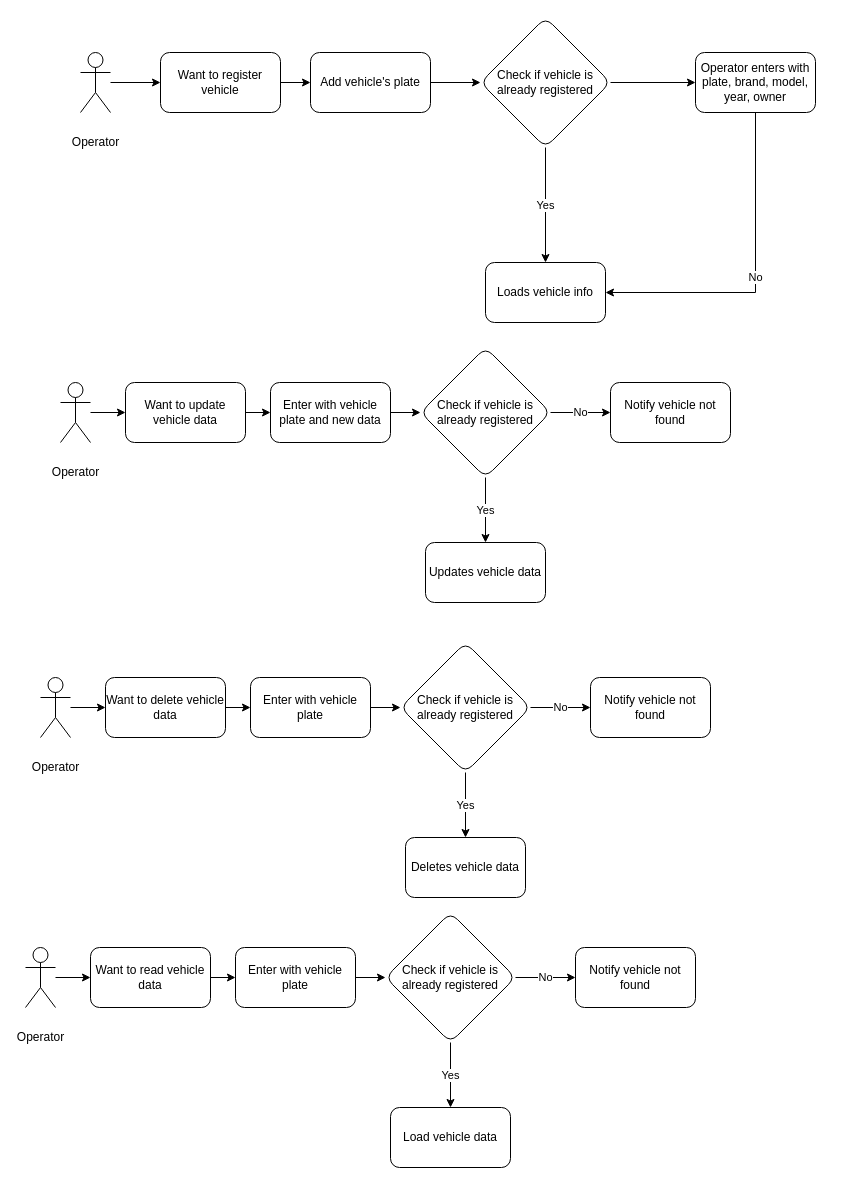
1ChristianAlex/motordesk keeps this draw.io diagram as page "Process" (1 of 3) of docs/storytelling/Vehicle registration.drawio. Above is the earlier version. Source tidied: cells renumbered, new cells numbered last; positions are measured from the earlier drawing's top-left corner, leaving out a move shared by most shapes. Both pictures are drawn from the tidied source at 100%, with x=0, y=0 at pixel (25, 17).
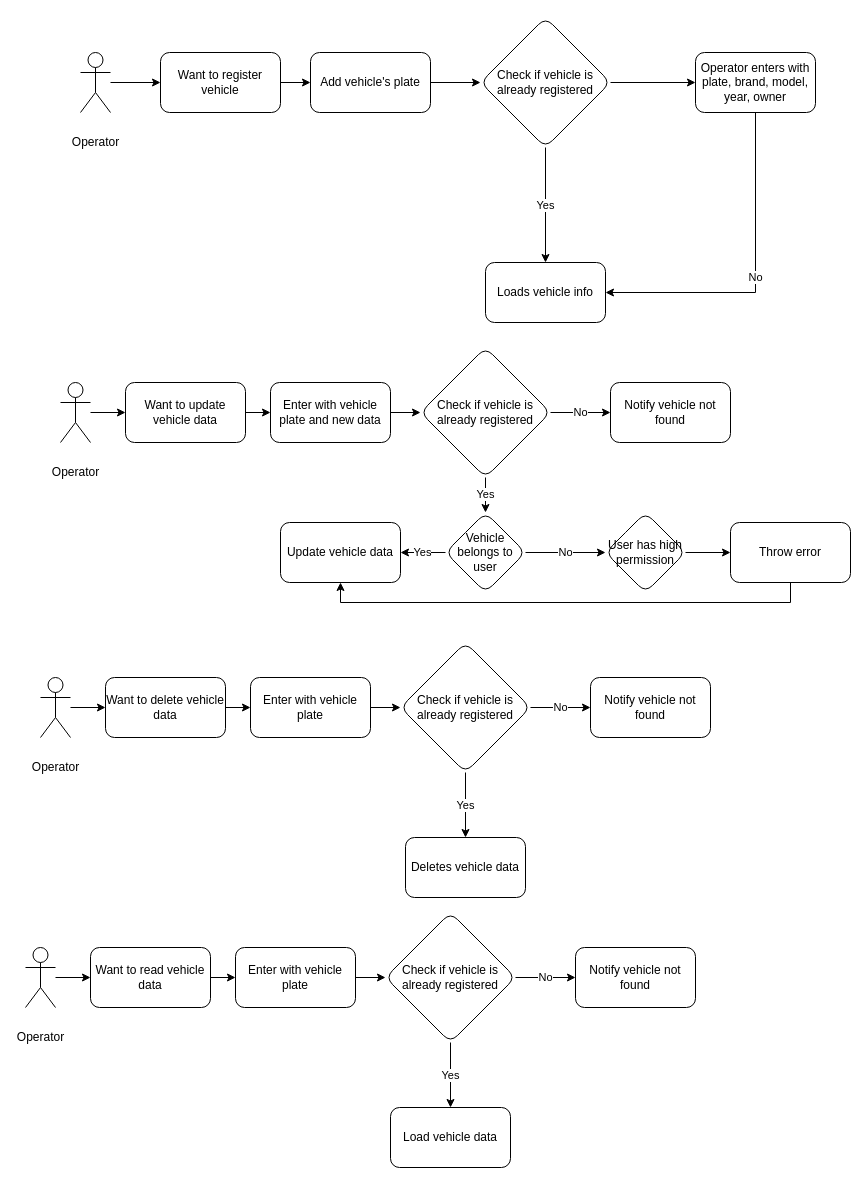
Above is the later version.

Unchanged cells that the change refers to:
```xml
<mxCell id="22" value="Check if vehicle is already registered" style="rhombus;whiteSpace=wrap;html=1;rounded=1;" parent="1" vertex="1">
  <mxGeometry x="395" y="330" width="130" height="130" as="geometry" />
</mxCell>
```

What changed in the source:
```diff
@@
-    <mxCell id="20" value="Yes" style="edgeStyle=orthogonalEdgeStyle;rounded=0;jettySize=auto;html=1;exitX=0.5;exitY=1;exitDx=0;exitDy=0;entryX=0.5;entryY=0;entryDx=0;entryDy=0;" parent="1" edge="1" source="22" target="23">
-      <mxGeometry relative="1" as="geometry" />
-    </mxCell>
@@
+    <mxCell id="47" value="Yes" style="edgeStyle=orthogonalEdgeStyle;rounded=0;jettySize=auto;html=1;" parent="1" edge="1" source="22" target="50">
+      <mxGeometry relative="1" as="geometry" />
+    </mxCell>
@@
-    <mxCell id="23" value="Updates vehicle data" style="whiteSpace=wrap;html=1;rounded=1;" parent="1" vertex="1">
-      <mxGeometry x="400" y="525" width="120" height="60" as="geometry" />
-    </mxCell>
@@
+    <mxCell id="48" value="Yes" style="edgeStyle=orthogonalEdgeStyle;rounded=0;jettySize=auto;html=1;" parent="1" edge="1" source="50" target="51">
+      <mxGeometry relative="1" as="geometry" />
+    </mxCell>
+    <mxCell id="49" value="No" style="edgeStyle=orthogonalEdgeStyle;rounded=0;jettySize=auto;html=1;" parent="1" edge="1" source="50" target="53">
+      <mxGeometry relative="1" as="geometry" />
+    </mxCell>
+    <mxCell id="50" value="Vehicle belongs to user" style="rhombus;whiteSpace=wrap;html=1;rounded=1;" parent="1" vertex="1">
+      <mxGeometry x="420" y="495" width="80" height="80" as="geometry" />
+    </mxCell>
+    <mxCell id="51" value="Update vehicle data" style="whiteSpace=wrap;html=1;rounded=1;" parent="1" vertex="1">
+      <mxGeometry x="255" y="505" width="120" height="60" as="geometry" />
+    </mxCell>
+    <mxCell id="52" style="edgeStyle=orthogonalEdgeStyle;rounded=0;jettySize=auto;html=1;" parent="1" edge="1" source="53" target="55">
+      <mxGeometry relative="1" as="geometry" />
+    </mxCell>
+    <mxCell id="53" value="User has high permission" style="rhombus;whiteSpace=wrap;html=1;rounded=1;" parent="1" vertex="1">
+      <mxGeometry x="580" y="495" width="80" height="80" as="geometry" />
+    </mxCell>
+    <mxCell id="54" style="edgeStyle=orthogonalEdgeStyle;rounded=0;jettySize=auto;html=1;entryX=0.5;entryY=1;entryDx=0;entryDy=0;" parent="1" edge="1" source="55" target="51">
+      <mxGeometry relative="1" as="geometry">
+        <Array as="points">
+          <mxPoint x="765" y="585" />
+          <mxPoint x="315" y="585" />
+        </Array>
+      </mxGeometry>
+    </mxCell>
+    <mxCell id="55" value="Throw error" style="whiteSpace=wrap;html=1;rounded=1;" parent="1" vertex="1">
+      <mxGeometry x="705" y="505" width="120" height="60" as="geometry" />
+    </mxCell>
```
